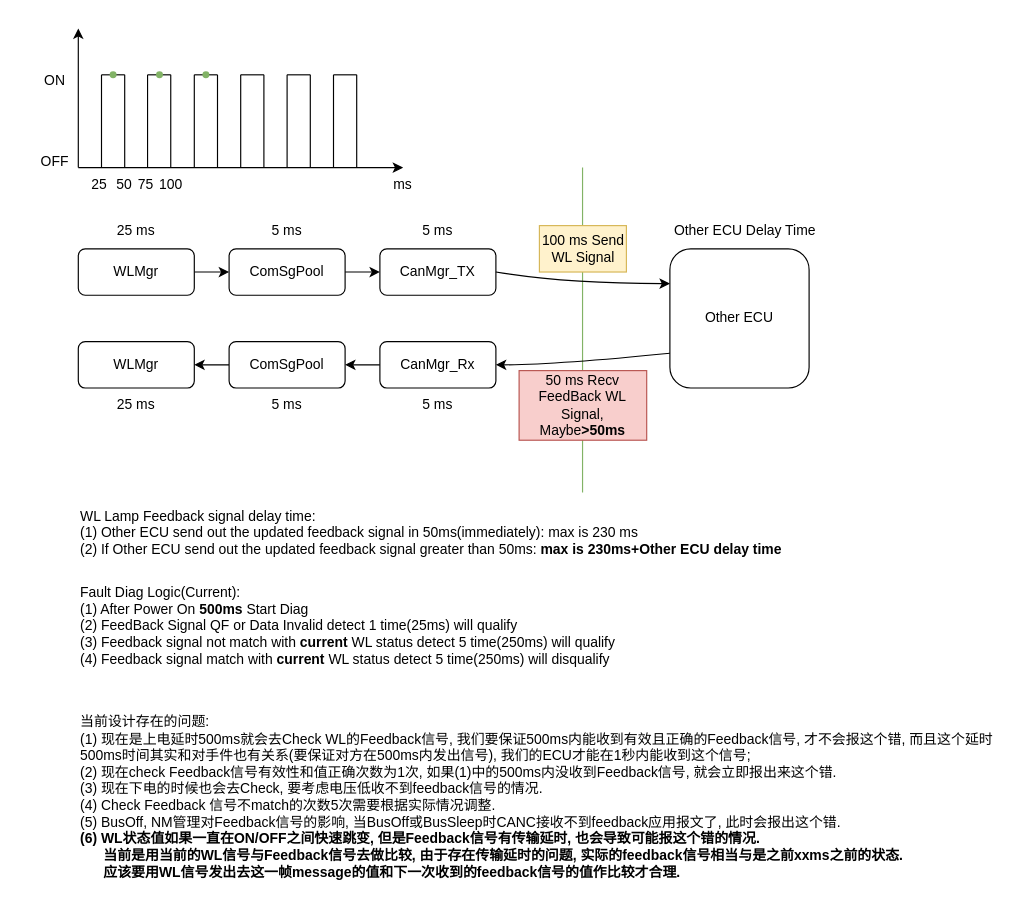
This is wl_feedback.drawio from woshitanwang/pics_procdure, a draw.io file, before an edit. Source tidied: cells renumbered, new cells numbered last; positions are measured from the earlier drawing's top-left corner, leaving out a move shared by most shapes. Both pictures are drawn from the tidied source at 116%, with x=0, y=0 at pixel (20, 28).
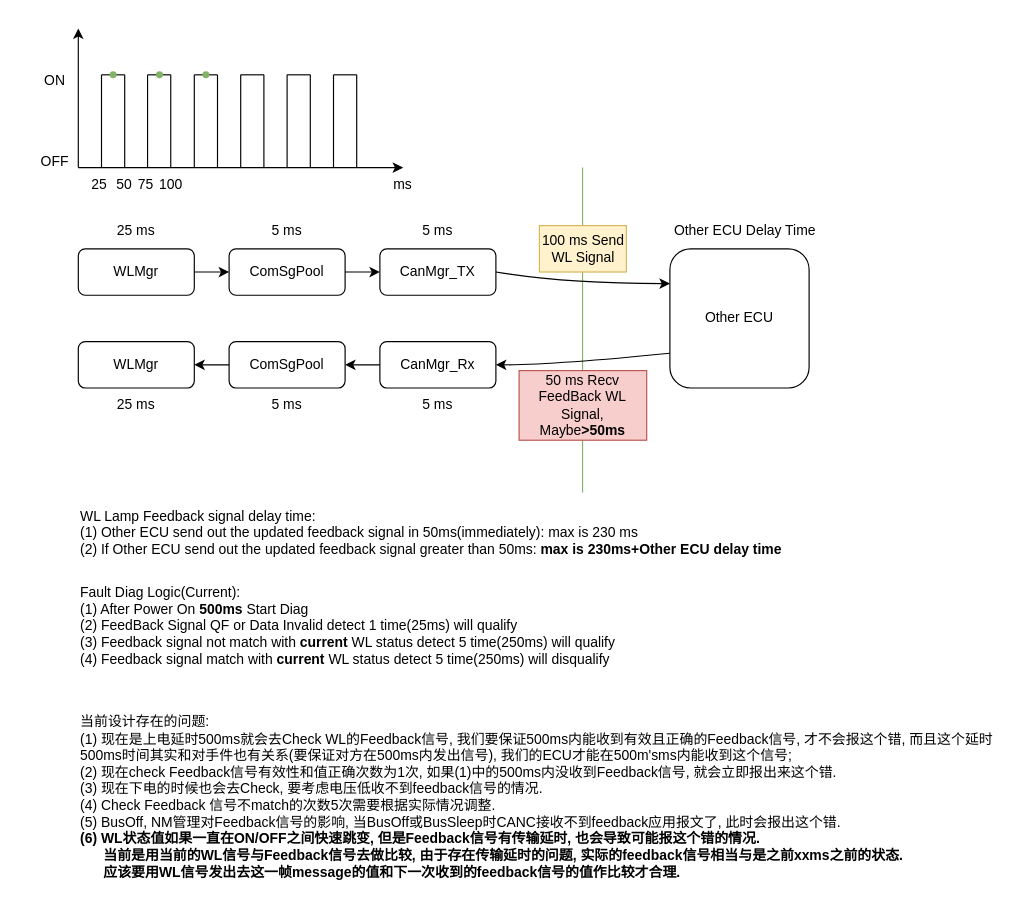
Above is the later version.

Change to the diagram source:
```diff
@@
-    <mxCell id="54" value="当前设计存在的问题:&lt;br&gt;(1) 现在是上电延时500ms就会去Check WL的Feedback信号, 我们要保证500ms内能收到有效且正确的Feedback信号, 才不会报这个错, 而且这个延时500ms时间其实和对手件也有关系(要保证对方在500ms内发出信号), 我们的ECU才能在1秒内能收到这个信号;&lt;br&gt;(2) 现在check Feedback信号有效性和值正确次数为1次, 如果(1)中的500ms内没收到Feedback信号, 就会立即报出来这个错.&lt;br&gt;(3) 现在下电的时候也会去Check, 要考虑电压低收不到feedback信号的情况.&lt;br&gt;(4) Check Feedback 信号不match的次数5次需要根据实际情况调整.&lt;br&gt;(5) BusOff, NM管理对Feedback信号的影响, 当BusOff或BusSleep时CANC接收不到feedback应用报文了, 此时会报出这个错.&lt;br&gt;&lt;b style=&quot;border-color: var(--border-color);&quot;&gt;(6) WL状态值如果一直在ON/OFF之间快速跳变, 但是Feedback信号有传输延时, 也会导致可能报这个错的情况.&lt;br&gt;&amp;nbsp; &amp;nbsp; &amp;nbsp; 当前是用当前的WL信号与Feedback信号去做比较, 由于存在传输延时的问题, 实际的feedback信号相当与是之前xxms之前的状态.&lt;br&gt;&amp;nbsp; &amp;nbsp; &amp;nbsp; 应该要用WL信号发出去这一帧message的值和下一次收到的feedback信号的值作比较才合理.&lt;br&gt;&amp;nbsp; &amp;nbsp; &amp;nbsp;&amp;nbsp;&lt;br&gt;&lt;/b&gt;" style="text;html=1;strokeColor=none;fillColor=none;align=left;verticalAlign=middle;whiteSpace=wrap;rounded=0;" parent="1" vertex="1">
+    <mxCell id="54" value="当前设计存在的问题:&lt;br&gt;(1) 现在是上电延时500ms就会去Check WL的Feedback信号, 我们要保证500ms内能收到有效且正确的Feedback信号, 才不会报这个错, 而且这个延时500ms时间其实和对手件也有关系(要保证对方在500ms内发出信号), 我们的ECU才能在500m'sms内能收到这个信号;&lt;br&gt;(2) 现在check Feedback信号有效性和值正确次数为1次, 如果(1)中的500ms内没收到Feedback信号, 就会立即报出来这个错.&lt;br&gt;(3) 现在下电的时候也会去Check, 要考虑电压低收不到feedback信号的情况.&lt;br&gt;(4) Check Feedback 信号不match的次数5次需要根据实际情况调整.&lt;br&gt;(5) BusOff, NM管理对Feedback信号的影响, 当BusOff或BusSleep时CANC接收不到feedback应用报文了, 此时会报出这个错.&lt;br&gt;&lt;b style=&quot;border-color: var(--border-color);&quot;&gt;(6) WL状态值如果一直在ON/OFF之间快速跳变, 但是Feedback信号有传输延时, 也会导致可能报这个错的情况.&lt;br&gt;&amp;nbsp; &amp;nbsp; &amp;nbsp; 当前是用当前的WL信号与Feedback信号去做比较, 由于存在传输延时的问题, 实际的feedback信号相当与是之前xxms之前的状态.&lt;br&gt;&amp;nbsp; &amp;nbsp; &amp;nbsp; 应该要用WL信号发出去这一帧message的值和下一次收到的feedback信号的值作比较才合理.&lt;br&gt;&amp;nbsp; &amp;nbsp; &amp;nbsp;&amp;nbsp;&lt;br&gt;&lt;/b&gt;" style="text;html=1;strokeColor=none;fillColor=none;align=left;verticalAlign=middle;whiteSpace=wrap;rounded=0;" parent="1" vertex="1">
       <mxGeometry x="50" y="600" width="790" height="140" as="geometry" />
     </mxCell>
```
